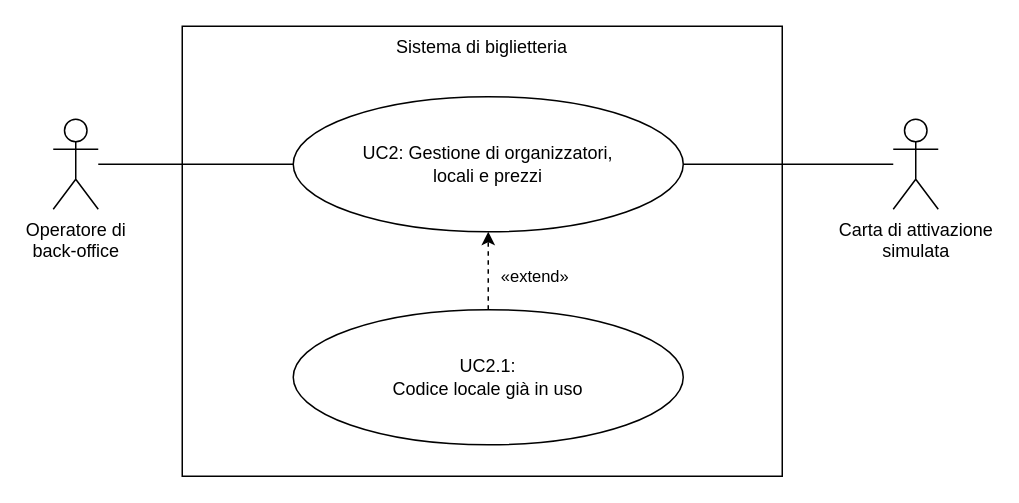
This is page "uc-2" (2 of 15) of img/diagrams/drawer.drawio from Leddosja/thesis-EdisHodja, a draw.io file, before an edit. Source tidied: cells renumbered, new cells numbered last; positions are measured from the earlier drawing's top-left corner, leaving out a move shared by most shapes. Both pictures are drawn from the tidied source at 150%, with x=0, y=0 at pixel (52, 26).
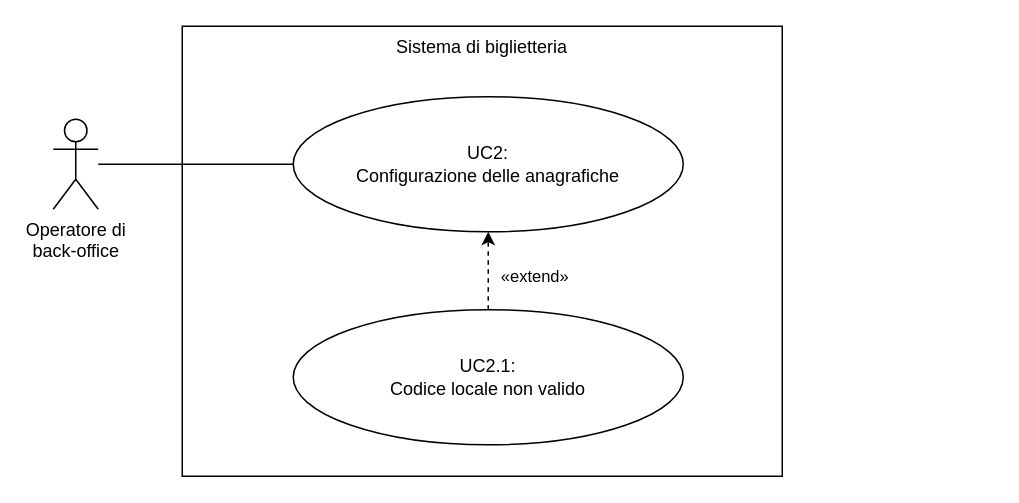
The same diagram, later.

Diff of the diagram source:
```diff
@@
 <mxGraphModel background="#FFFFFF">
   <root>
     <mxCell id="0" />
     <mxCell id="1" parent="0" />
     <mxCell id="2" value="Sistema di biglietteria" style="rounded=0;whiteSpace=wrap;html=1;fillColor=default;verticalAlign=top;" parent="1" vertex="1">
       <mxGeometry x="86" width="400" height="300" as="geometry" />
     </mxCell>
-    <mxCell id="3" value="UC2: Gestione di organizzatori, &lt;br&gt;locali e prezzi" style="ellipse;whiteSpace=wrap;html=1;rounded=0;strokeColor=default;align=center;verticalAlign=middle;fontFamily=Helvetica;fontSize=12;fontColor=default;fillColor=default;" parent="1" vertex="1">
+    <mxCell id="3" value="UC2:&lt;br&gt;Configurazione delle anagrafiche" style="ellipse;whiteSpace=wrap;html=1;rounded=0;strokeColor=default;align=center;verticalAlign=middle;fontFamily=Helvetica;fontSize=12;fontColor=default;fillColor=default;" parent="1" vertex="1">
       <mxGeometry x="160" y="47" width="260" height="90" as="geometry" />
     </mxCell>
     <mxCell id="4" style="edgeStyle=none;html=1;entryX=0;entryY=0.5;entryDx=0;entryDy=0;endArrow=none;endFill=0;" parent="1" edge="1" source="5" target="3">
       <mxGeometry relative="1" as="geometry" />
     </mxCell>
     <mxCell id="5" value="Operatore di&lt;br&gt;back-office" style="shape=umlActor;verticalLabelPosition=bottom;verticalAlign=top;html=1;rounded=0;strokeColor=default;align=center;fontFamily=Helvetica;fontSize=12;fontColor=default;fillColor=default;" parent="1" vertex="1">
       <mxGeometry y="62" width="30" height="60" as="geometry" />
     </mxCell>
-    <mxCell id="6" style="edgeStyle=none;html=1;entryX=1;entryY=0.5;entryDx=0;entryDy=0;endArrow=none;endFill=0;verticalAlign=middle;" parent="1" edge="1" source="7">
-      <mxGeometry relative="1" as="geometry">
-        <mxPoint x="420" y="92" as="targetPoint" />
-      </mxGeometry>
-    </mxCell>
-    <mxCell id="7" value="Carta di attivazione&lt;br&gt;simulata" style="shape=umlActor;verticalLabelPosition=bottom;verticalAlign=top;html=1;rounded=0;strokeColor=default;align=center;fontFamily=Helvetica;fontSize=12;fontColor=default;fillColor=default;" parent="1" vertex="1">
-      <mxGeometry x="560" y="62" width="30" height="60" as="geometry" />
-    </mxCell>
-    <mxCell id="8" value="UC2.1:&lt;br&gt;Codice locale già in uso" style="ellipse;whiteSpace=wrap;html=1;rounded=0;strokeColor=default;align=center;verticalAlign=middle;fontFamily=Helvetica;fontSize=12;fontColor=default;fillColor=default;" parent="1" vertex="1">
+    <mxCell id="8" value="UC2.1:&lt;br&gt;Codice locale non valido" style="ellipse;whiteSpace=wrap;html=1;rounded=0;strokeColor=default;align=center;verticalAlign=middle;fontFamily=Helvetica;fontSize=12;fontColor=default;fillColor=default;" parent="1" vertex="1">
       <mxGeometry x="160" y="189" width="260" height="90" as="geometry" />
     </mxCell>
     <mxCell id="9" style="edgeStyle=none;html=1;dashed=1;entryX=0.5;entryY=1;entryDx=0;entryDy=0;exitX=0.5;exitY=0;exitDx=0;exitDy=0;" parent="1" edge="1" source="8" target="3">
       <mxGeometry relative="1" as="geometry" />
     </mxCell>
     <mxCell id="10" value="&lt;span style=&quot;color: rgb(0, 0, 0);&quot;&gt;«extend»&lt;/span&gt;" style="edgeLabel;html=1;align=center;verticalAlign=middle;" parent="9" vertex="1">
       <mxGeometry x="-0.18" y="-2" relative="1" as="geometry">
         <mxPoint x="28" y="-2" as="offset" />
       </mxGeometry>
     </mxCell>
   </root>
 </mxGraphModel>
```
